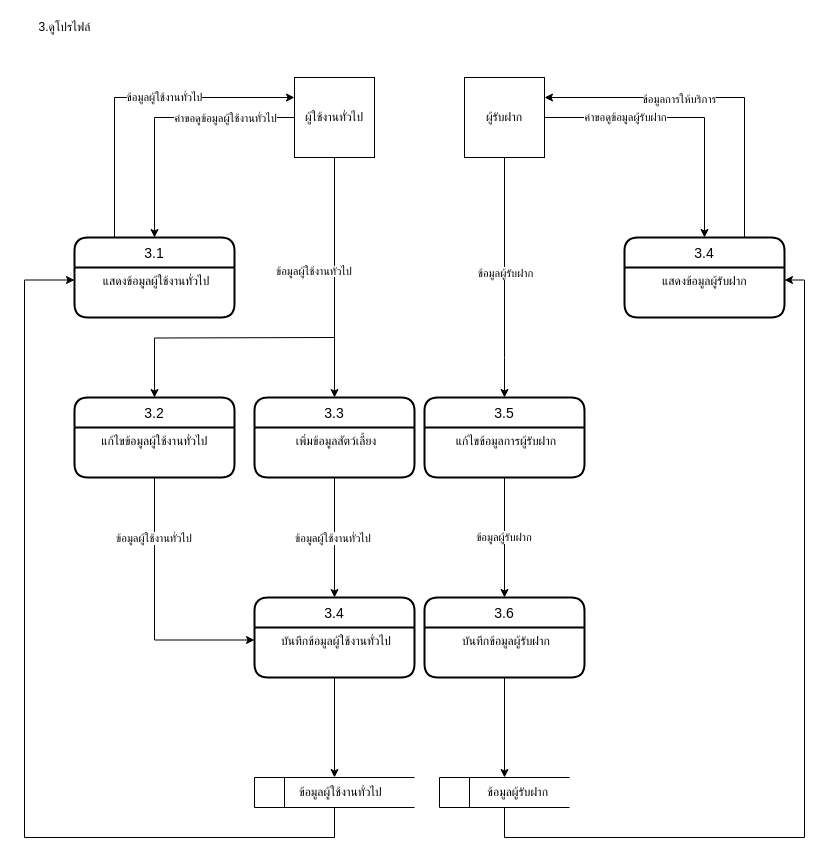
Above: page "process3" (7 of 13) of ProjectProcesses/HostDog_5DFD/dfd.drawio in Hostdogs/Project_Hostdog (draw.io), before the change. Source tidied: cells renumbered, new cells numbered last; positions are measured from the earlier drawing's top-left corner, leaving out a move shared by most shapes. Both pictures are drawn from the tidied source at 100%, with x=0, y=0 at pixel (24, 17).
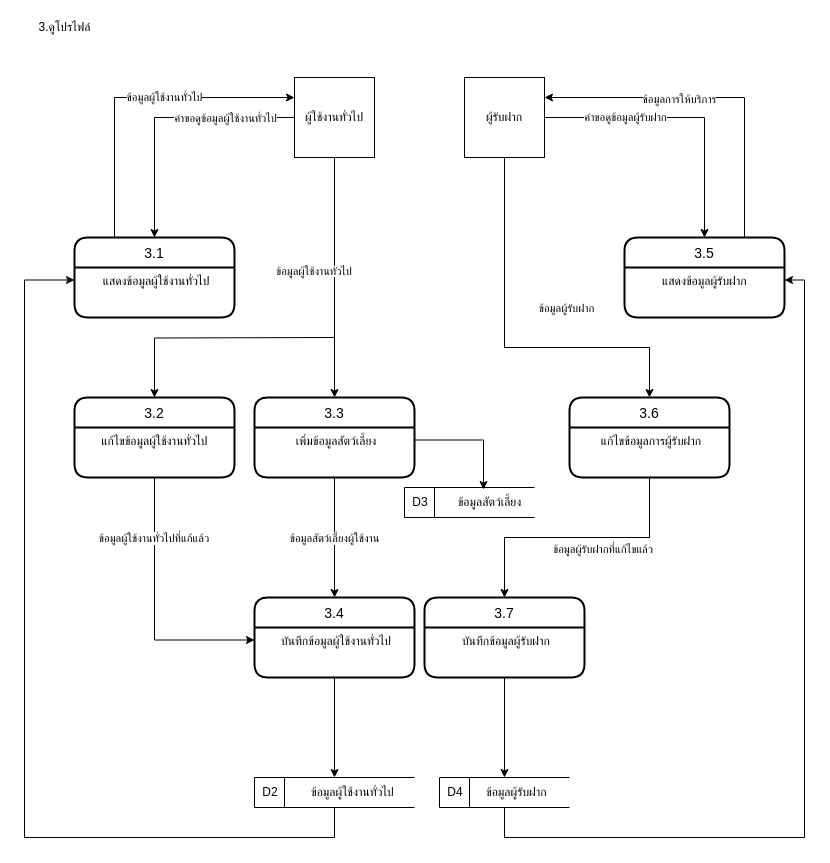
The same diagram, later.

The change refers to these unchanged cells:
```xml
<mxCell id="13" value="ผู้รับฝาก" style="whiteSpace=wrap;html=1;" parent="1" vertex="1">
  <mxGeometry x="440" y="60" width="80" height="80" as="geometry" />
</mxCell>
<mxCell id="27" style="edgeStyle=orthogonalEdgeStyle;rounded=0;jettySize=auto;html=1;exitX=0.5;exitY=1;exitDx=0;exitDy=0;entryX=0.5;entryY=0;entryDx=0;entryDy=0;" parent="1" edge="1" source="24" target="40">
  <mxGeometry relative="1" as="geometry" />
</mxCell>
<mxCell id="30" value="เพิ่มข้อมูลสัตว์เลี้ยง" style="align=center;strokeColor=none;fillColor=none;spacingLeft=4;fontSize=12;verticalAlign=top;" parent="29" vertex="1">
  <mxGeometry y="30" width="160" height="50" as="geometry" />
</mxCell>
<mxCell id="31" style="edgeStyle=orthogonalEdgeStyle;rounded=0;jettySize=auto;html=1;entryX=0.5;entryY=0;entryDx=0;entryDy=0;" parent="1" edge="1" source="30" target="37">
  <mxGeometry relative="1" as="geometry" />
</mxCell>
```

The edit, as a diff of the source:
```diff
@@
-    <mxCell id="18" value="3.4" style="swimlane;horizontal=1;startSize=30;rounded=1;fontSize=14;fontStyle=0;strokeWidth=2;shadow=0;dashed=0;align=center;" parent="1" vertex="1">
+    <mxCell id="18" value="3.5" style="swimlane;horizontal=1;startSize=30;rounded=1;fontSize=14;fontStyle=0;strokeWidth=2;shadow=0;dashed=0;align=center;" parent="1" vertex="1">
       <mxGeometry x="600" y="220" width="160" height="80" as="geometry" />
     </mxCell>
@@
-    <mxCell id="22" value="&amp;nbsp; &amp;nbsp; &amp;nbsp; &amp;nbsp; &amp;nbsp; &amp;nbsp; ข้อมูลผู้ใช้งานทั่วไป" style="html=1;dashed=0;whitespace=wrap;shape=mxgraph.dfd.dataStoreID;align=left;spacingLeft=3;points=[[0,0],[0.5,0],[1,0],[0,0.5],[1,0.5],[0,1],[0.5,1],[1,1]];" parent="1" vertex="1">
+    <mxCell id="22" value="&amp;nbsp;D2&amp;nbsp; &amp;nbsp; &amp;nbsp; &amp;nbsp; &amp;nbsp; ข้อมูลผู้ใช้งานทั่วไป" style="html=1;dashed=0;whitespace=wrap;shape=mxgraph.dfd.dataStoreID;align=left;spacingLeft=3;points=[[0,0],[0.5,0],[1,0],[0,0.5],[1,0.5],[0,1],[0.5,1],[1,1]];" parent="1" vertex="1">
       <mxGeometry x="230" y="760" width="160" height="30" as="geometry" />
     </mxCell>
-    <mxCell id="23" value="3.5" style="swimlane;horizontal=1;startSize=30;rounded=1;fontSize=14;fontStyle=0;strokeWidth=2;shadow=0;dashed=0;align=center;" parent="1" vertex="1">
-      <mxGeometry x="400" y="380" width="160" height="80" as="geometry" />
+    <mxCell id="23" value="3.6" style="swimlane;horizontal=1;startSize=30;rounded=1;fontSize=14;fontStyle=0;strokeWidth=2;shadow=0;dashed=0;align=center;" parent="1" vertex="1">
+      <mxGeometry x="545" y="380" width="160" height="80" as="geometry" />
     </mxCell>
@@
-    <mxCell id="26" value="&amp;nbsp; &amp;nbsp; &amp;nbsp; &amp;nbsp; &amp;nbsp; &amp;nbsp; &amp;nbsp;ข้อมูลผู้รับฝาก" style="html=1;dashed=0;whitespace=wrap;shape=mxgraph.dfd.dataStoreID;align=left;spacingLeft=3;points=[[0,0],[0.5,0],[1,0],[0,0.5],[1,0.5],[0,1],[0.5,1],[1,1]];" parent="1" vertex="1">
+    <mxCell id="26" value="&amp;nbsp;D4&amp;nbsp; &amp;nbsp; &amp;nbsp; &amp;nbsp;ข้อมูลผู้รับฝาก" style="html=1;dashed=0;whitespace=wrap;shape=mxgraph.dfd.dataStoreID;align=left;spacingLeft=3;points=[[0,0],[0.5,0],[1,0],[0,0.5],[1,0.5],[0,1],[0.5,1],[1,1]];" parent="1" vertex="1">
       <mxGeometry x="415" y="760" width="130" height="30" as="geometry" />
     </mxCell>
@@
-    <mxCell id="28" value="ข้อมูลผู้รับฝาก&amp;nbsp;" style="edgeLabel;html=1;align=center;verticalAlign=middle;" parent="27" vertex="1">
+    <mxCell id="28" value="ข้อมูลผู้รับฝากที่แก้ไขแล้ว&amp;nbsp;" style="edgeLabel;html=1;align=center;verticalAlign=middle;" parent="27" vertex="1">
       <mxGeometry x="-0.2" relative="1" as="geometry">
         <mxPoint y="11.8" as="offset" />
       </mxGeometry>
     </mxCell>
@@
-    <mxCell id="32" value="ข้อมูลผู้ใช้งานทั่วไป&amp;nbsp;" style="edgeLabel;html=1;align=center;verticalAlign=middle;" parent="31" vertex="1">
+    <mxCell id="32" value="ข้อมูลสัตว์เลี้ยงผู้ใช้งาน" style="edgeLabel;html=1;align=center;verticalAlign=middle;" parent="31" vertex="1">
       <mxGeometry x="-0.27" y="-1" relative="1" as="geometry">
         <mxPoint y="16" as="offset" />
       </mxGeometry>
     </mxCell>
@@
     <mxCell id="34" style="edgeStyle=orthogonalEdgeStyle;rounded=0;jettySize=auto;html=1;entryX=0.5;entryY=0;entryDx=0;entryDy=0;" parent="1" edge="1" source="13" target="23">
       <mxGeometry relative="1" as="geometry">
         <Array as="points">
-          <mxPoint x="480" y="340" />
-          <mxPoint x="480" y="340" />
+          <mxPoint x="480" y="330" />
+          <mxPoint x="625" y="330" />
         </Array>
       </mxGeometry>
     </mxCell>
@@
-    <mxCell id="40" value="3.6" style="swimlane;horizontal=1;startSize=30;rounded=1;fontSize=14;fontStyle=0;strokeWidth=2;shadow=0;dashed=0;align=center;" parent="1" vertex="1">
+    <mxCell id="40" value="3.7" style="swimlane;horizontal=1;startSize=30;rounded=1;fontSize=14;fontStyle=0;strokeWidth=2;shadow=0;dashed=0;align=center;" parent="1" vertex="1">
       <mxGeometry x="400" y="580" width="160" height="80" as="geometry" />
     </mxCell>
@@
-    <mxCell id="43" value="ข้อมูลผู้ใช้งานทั่วไป&amp;nbsp;" style="edgeLabel;html=1;align=center;verticalAlign=middle;" parent="1" vertex="1">
+    <mxCell id="43" value="ข้อมูลผู้ใช้งานทั่วไปที่แก้แล้ว&amp;nbsp;" style="edgeLabel;html=1;align=center;verticalAlign=middle;" parent="1" vertex="1">
       <mxGeometry x="130" y="520" as="geometry" />
     </mxCell>
+    <mxCell id="44" value="&amp;nbsp;D3&amp;nbsp; &amp;nbsp; &amp;nbsp; &amp;nbsp; &amp;nbsp;ข้อมูลสัตว์เลี้ยง" style="html=1;dashed=0;whitespace=wrap;shape=mxgraph.dfd.dataStoreID;align=left;spacingLeft=3;points=[[0,0],[0.5,0],[1,0],[0,0.5],[1,0.5],[0,1],[0.5,1],[1,1]];" parent="1" vertex="1">
+      <mxGeometry x="380" y="470" width="130" height="30" as="geometry" />
+    </mxCell>
+    <mxCell id="45" style="edgeStyle=orthogonalEdgeStyle;rounded=0;jettySize=auto;html=1;exitX=1;exitY=0.25;exitDx=0;exitDy=0;entryX=0.608;entryY=0.067;entryDx=0;entryDy=0;entryPerimeter=0;fontSize=12;" parent="1" edge="1" source="30" target="44">
+      <mxGeometry relative="1" as="geometry" />
+    </mxCell>
```
